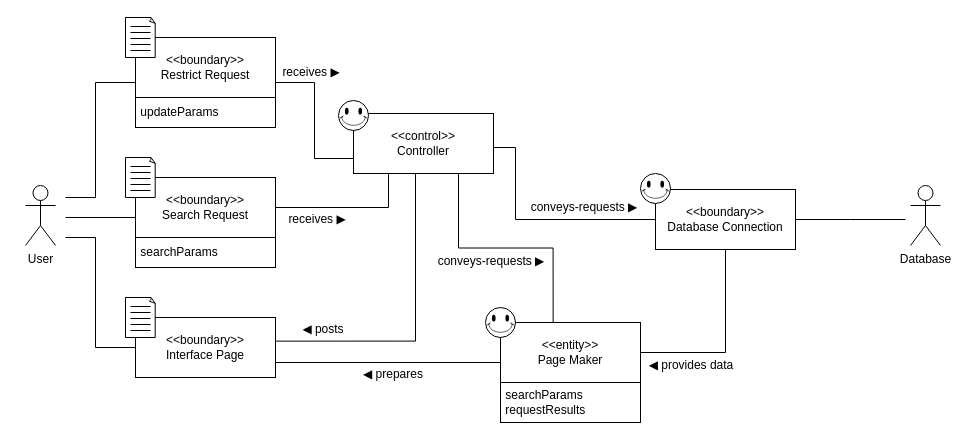
This is docs/DomainModels/diagrams/DM-UC-17.drawio from youngkwon02/Enhanced-library-management, a draw.io file, before an edit. Source tidied: cells renumbered, new cells numbered last; positions are measured from the earlier drawing's top-left corner, leaving out a move shared by most shapes. Both pictures are drawn from the tidied source at 100%, with x=0, y=0 at pixel (25, 17).
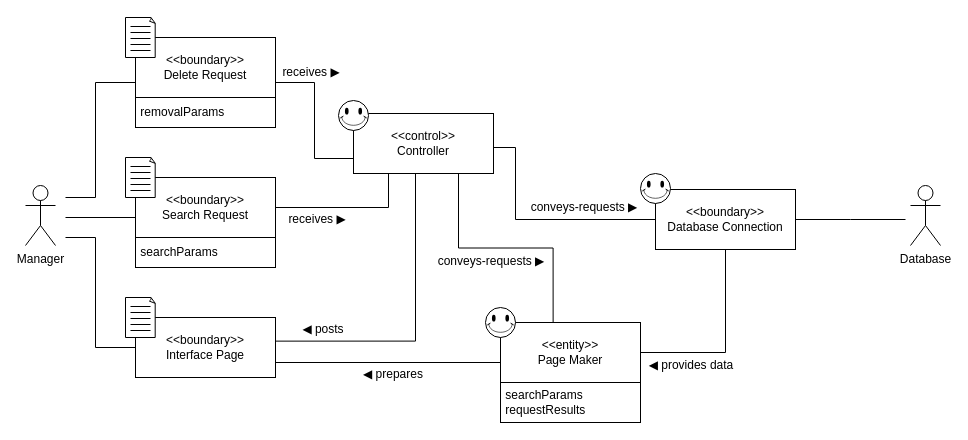
The same diagram, later.

Commit message:
doc: update actor name in DM-UC-17.drawio

Unchanged cells that the change refers to:
```xml
<mxCell id="52" style="group;" parent="51" vertex="1">
  <mxGeometry x="10" y="20" width="140" height="90" as="geometry" />
</mxCell>
```

Diff of the diagram source:
```diff
@@
-    <mxCell id="7" value="User" style="shape=umlActor;verticalLabelPosition=bottom;verticalAlign=top;html=1;" parent="1" vertex="1">
+    <mxCell id="7" value="Manager" style="shape=umlActor;verticalLabelPosition=bottom;verticalAlign=top;html=1;" parent="1" vertex="1">
       <mxGeometry y="168" width="30" height="60" as="geometry" />
     </mxCell>
@@
-    <mxCell id="53" value="&amp;lt;&amp;lt;boundary&amp;gt;&amp;gt;&lt;br&gt;Restrict Request" style="rounded=0;whiteSpace=wrap;html=1;" parent="52" vertex="1">
+    <mxCell id="53" value="&amp;lt;&amp;lt;boundary&amp;gt;&amp;gt;&lt;br&gt;Delete Request" style="rounded=0;whiteSpace=wrap;html=1;" parent="52" vertex="1">
       <mxGeometry width="140" height="60" as="geometry" />
     </mxCell>
-    <mxCell id="54" value="&amp;nbsp;updateParams" style="rounded=0;whiteSpace=wrap;html=1;align=left;" parent="52" vertex="1">
+    <mxCell id="54" value="&amp;nbsp;removalParams" style="rounded=0;whiteSpace=wrap;html=1;align=left;" parent="52" vertex="1">
       <mxGeometry y="60" width="140" height="30" as="geometry" />
     </mxCell>
```
